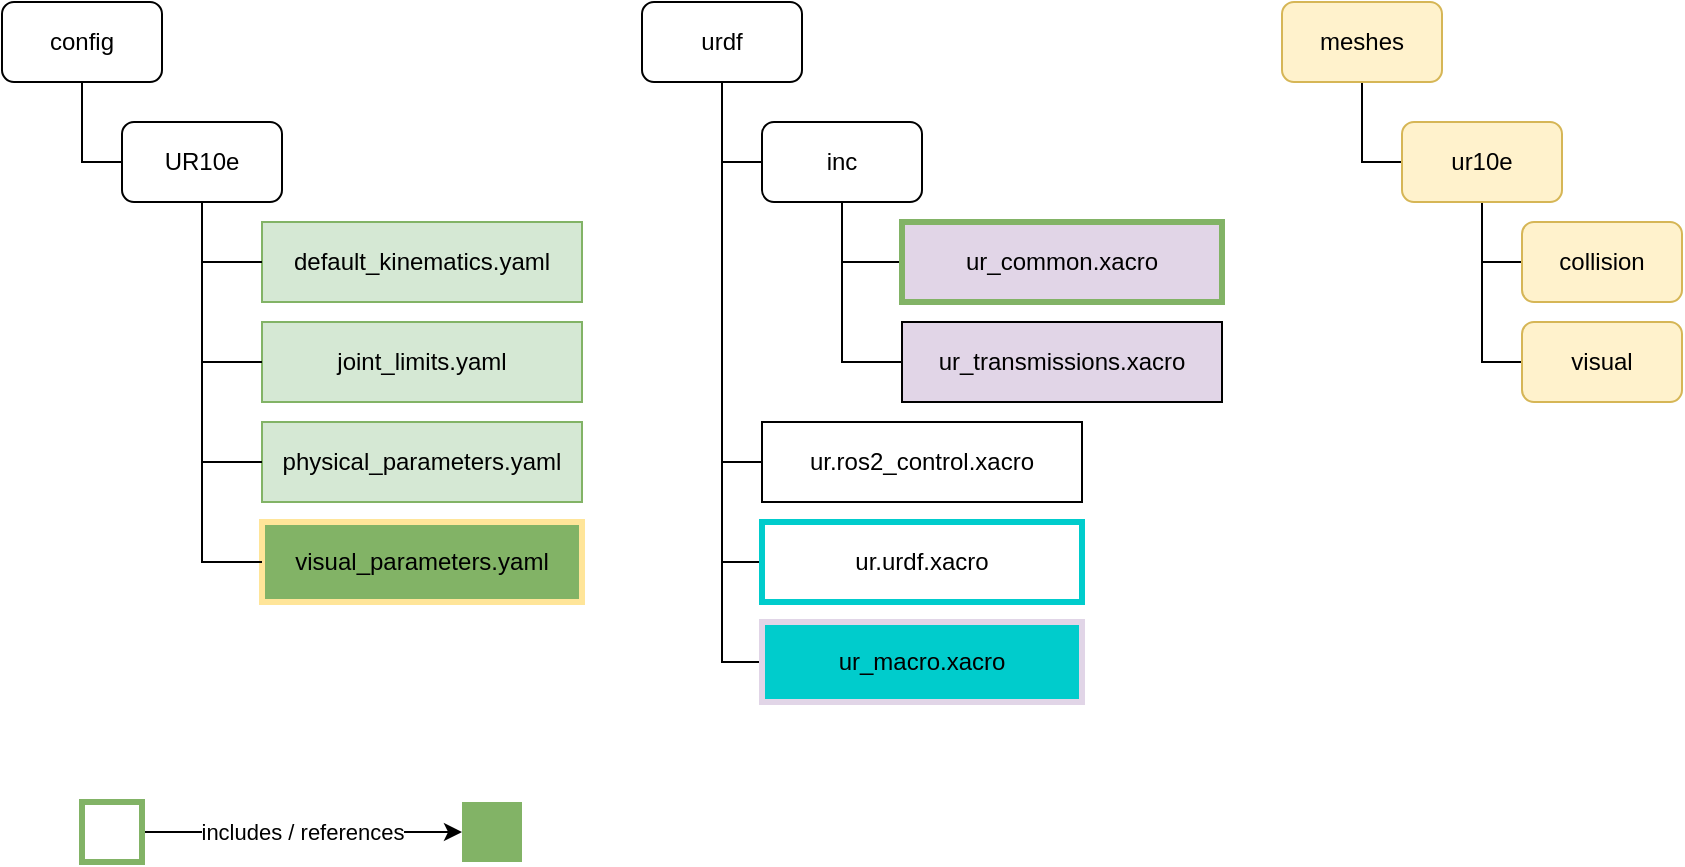
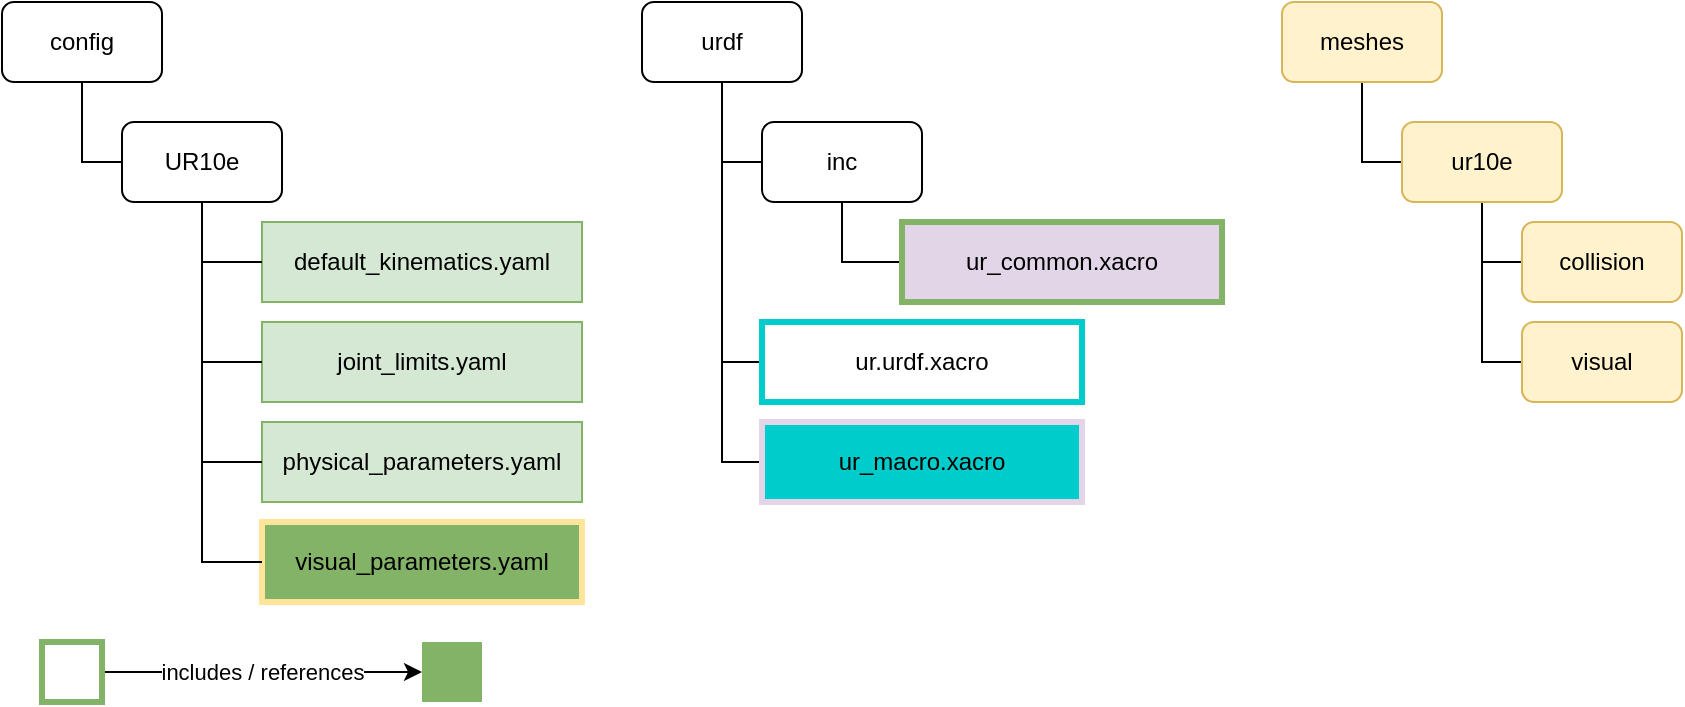
- <mxfile host="Electron" modified="2022-02-01T11:30:39.491Z" agent="5.0 (X11; Linux x86_64) AppleWebKit/537.36 (KHTML, like Gecko) draw.io/15.7.3 Chrome/91.0.4472.164 Electron/13.6.1 Safari/537.36" etag="_ghrzCg_53tXUr8uTnW9" version="15.7.3" type="device"><diagram id="pDn8dzBl-16yXPNHU6tY" name="Page-1"><mxGraphModel dx="760" dy="597" grid="1" gridSize="10" guides="1" tooltips="1" connect="1" arrows="1" fold="1" page="1" pageScale="1" pageWidth="850" pageHeight="1100" math="0" shadow="0"><root><mxCell id="0"/><mxCell id="1" parent="0"/><mxCell id="33WVNXEW1kgjeUYGu9OC-1" value="default_kinematics.yaml" style="rounded=0;whiteSpace=wrap;html=1;fillColor=#d5e8d4;strokeColor=#82b366;strokeWidth=1;" vertex="1" parent="1"><mxGeometry x="130" y="110" width="160" height="40" as="geometry"/></mxCell><mxCell id="33WVNXEW1kgjeUYGu9OC-2" value="joint_limits.yaml" style="rounded=0;whiteSpace=wrap;html=1;fillColor=#d5e8d4;strokeColor=#82b366;strokeWidth=1;" vertex="1" parent="1"><mxGeometry x="130" y="160" width="160" height="40" as="geometry"/></mxCell><mxCell id="33WVNXEW1kgjeUYGu9OC-3" value="physical_parameters.yaml" style="rounded=0;whiteSpace=wrap;html=1;fillColor=#d5e8d4;strokeColor=#82b366;strokeWidth=1;" vertex="1" parent="1"><mxGeometry x="130" y="210" width="160" height="40" as="geometry"/></mxCell><mxCell id="33WVNXEW1kgjeUYGu9OC-4" value="visual_parameters.yaml" style="rounded=0;whiteSpace=wrap;html=1;fillColor=#82B366;strokeColor=#FFE599;strokeWidth=3;" vertex="1" parent="1"><mxGeometry x="130" y="260" width="160" height="40" as="geometry"/></mxCell><mxCell id="33WVNXEW1kgjeUYGu9OC-13" style="edgeStyle=orthogonalEdgeStyle;rounded=0;orthogonalLoop=1;jettySize=auto;html=1;exitX=0.5;exitY=1;exitDx=0;exitDy=0;entryX=0;entryY=0.5;entryDx=0;entryDy=0;endArrow=none;endFill=0;" edge="1" parent="1" source="33WVNXEW1kgjeUYGu9OC-5" target="33WVNXEW1kgjeUYGu9OC-1"><mxGeometry relative="1" as="geometry"/></mxCell><mxCell id="33WVNXEW1kgjeUYGu9OC-15" style="edgeStyle=orthogonalEdgeStyle;rounded=0;orthogonalLoop=1;jettySize=auto;html=1;exitX=0.5;exitY=1;exitDx=0;exitDy=0;entryX=0;entryY=0.5;entryDx=0;entryDy=0;endArrow=none;endFill=0;" edge="1" parent="1" source="33WVNXEW1kgjeUYGu9OC-5" target="33WVNXEW1kgjeUYGu9OC-2"><mxGeometry relative="1" as="geometry"/></mxCell><mxCell id="33WVNXEW1kgjeUYGu9OC-16" style="edgeStyle=orthogonalEdgeStyle;rounded=0;orthogonalLoop=1;jettySize=auto;html=1;exitX=0.5;exitY=1;exitDx=0;exitDy=0;entryX=0;entryY=0.5;entryDx=0;entryDy=0;endArrow=none;endFill=0;" edge="1" parent="1" source="33WVNXEW1kgjeUYGu9OC-5" target="33WVNXEW1kgjeUYGu9OC-3"><mxGeometry relative="1" as="geometry"/></mxCell><mxCell id="33WVNXEW1kgjeUYGu9OC-17" style="edgeStyle=orthogonalEdgeStyle;rounded=0;orthogonalLoop=1;jettySize=auto;html=1;exitX=0.5;exitY=1;exitDx=0;exitDy=0;entryX=0;entryY=0.5;entryDx=0;entryDy=0;endArrow=none;endFill=0;" edge="1" parent="1" source="33WVNXEW1kgjeUYGu9OC-5" target="33WVNXEW1kgjeUYGu9OC-4"><mxGeometry relative="1" as="geometry"/></mxCell><mxCell id="33WVNXEW1kgjeUYGu9OC-5" value="UR10e" style="rounded=1;whiteSpace=wrap;html=1;" vertex="1" parent="1"><mxGeometry x="60" y="60" width="80" height="40" as="geometry"/></mxCell><mxCell id="33WVNXEW1kgjeUYGu9OC-9" style="edgeStyle=orthogonalEdgeStyle;rounded=0;orthogonalLoop=1;jettySize=auto;html=1;exitX=0.5;exitY=1;exitDx=0;exitDy=0;entryX=0;entryY=0.5;entryDx=0;entryDy=0;endArrow=none;endFill=0;" edge="1" parent="1" source="33WVNXEW1kgjeUYGu9OC-6" target="33WVNXEW1kgjeUYGu9OC-5"><mxGeometry relative="1" as="geometry"/></mxCell><mxCell id="33WVNXEW1kgjeUYGu9OC-6" value="config" style="rounded=1;whiteSpace=wrap;html=1;" vertex="1" parent="1"><mxGeometry width="80" height="40" as="geometry"/></mxCell><mxCell id="33WVNXEW1kgjeUYGu9OC-21" style="edgeStyle=orthogonalEdgeStyle;rounded=0;orthogonalLoop=1;jettySize=auto;html=1;exitX=0.5;exitY=1;exitDx=0;exitDy=0;entryX=0;entryY=0.5;entryDx=0;entryDy=0;endArrow=none;endFill=0;" edge="1" parent="1" source="33WVNXEW1kgjeUYGu9OC-19" target="33WVNXEW1kgjeUYGu9OC-20"><mxGeometry relative="1" as="geometry"/></mxCell><mxCell id="33WVNXEW1kgjeUYGu9OC-29" style="edgeStyle=orthogonalEdgeStyle;rounded=0;orthogonalLoop=1;jettySize=auto;html=1;exitX=0.5;exitY=1;exitDx=0;exitDy=0;entryX=0;entryY=0.5;entryDx=0;entryDy=0;endArrow=none;endFill=0;" edge="1" parent="1" source="33WVNXEW1kgjeUYGu9OC-19" target="33WVNXEW1kgjeUYGu9OC-26"><mxGeometry relative="1" as="geometry"/></mxCell><mxCell id="33WVNXEW1kgjeUYGu9OC-30" style="edgeStyle=orthogonalEdgeStyle;rounded=0;orthogonalLoop=1;jettySize=auto;html=1;exitX=0.5;exitY=1;exitDx=0;exitDy=0;entryX=0;entryY=0.5;entryDx=0;entryDy=0;endArrow=none;endFill=0;" edge="1" parent="1" source="33WVNXEW1kgjeUYGu9OC-19" target="33WVNXEW1kgjeUYGu9OC-27"><mxGeometry relative="1" as="geometry"/></mxCell><mxCell id="33WVNXEW1kgjeUYGu9OC-31" style="edgeStyle=orthogonalEdgeStyle;rounded=0;orthogonalLoop=1;jettySize=auto;html=1;exitX=0.5;exitY=1;exitDx=0;exitDy=0;entryX=0;entryY=0.5;entryDx=0;entryDy=0;endArrow=none;endFill=0;" edge="1" parent="1" source="33WVNXEW1kgjeUYGu9OC-19" target="33WVNXEW1kgjeUYGu9OC-28"><mxGeometry relative="1" as="geometry"/></mxCell><mxCell id="33WVNXEW1kgjeUYGu9OC-19" value="urdf" style="rounded=1;whiteSpace=wrap;html=1;" vertex="1" parent="1"><mxGeometry x="320" width="80" height="40" as="geometry"/></mxCell><mxCell id="33WVNXEW1kgjeUYGu9OC-23" style="edgeStyle=orthogonalEdgeStyle;rounded=0;orthogonalLoop=1;jettySize=auto;html=1;exitX=0.5;exitY=1;exitDx=0;exitDy=0;entryX=0;entryY=0.5;entryDx=0;entryDy=0;endArrow=none;endFill=0;" edge="1" parent="1" source="33WVNXEW1kgjeUYGu9OC-20" target="33WVNXEW1kgjeUYGu9OC-22"><mxGeometry relative="1" as="geometry"/></mxCell><mxCell id="33WVNXEW1kgjeUYGu9OC-25" style="edgeStyle=orthogonalEdgeStyle;rounded=0;orthogonalLoop=1;jettySize=auto;html=1;exitX=0.5;exitY=1;exitDx=0;exitDy=0;entryX=0;entryY=0.5;entryDx=0;entryDy=0;endArrow=none;endFill=0;" edge="1" parent="1" source="33WVNXEW1kgjeUYGu9OC-20" target="33WVNXEW1kgjeUYGu9OC-24"><mxGeometry relative="1" as="geometry"/></mxCell><mxCell id="33WVNXEW1kgjeUYGu9OC-20" value="inc" style="rounded=1;whiteSpace=wrap;html=1;" vertex="1" parent="1"><mxGeometry x="380" y="60" width="80" height="40" as="geometry"/></mxCell><mxCell id="33WVNXEW1kgjeUYGu9OC-22" value="ur_common.xacro" style="rounded=0;whiteSpace=wrap;html=1;fillColor=#e1d5e7;strokeColor=#82B366;strokeWidth=3;" vertex="1" parent="1"><mxGeometry x="450" y="110" width="160" height="40" as="geometry"/></mxCell><mxCell id="33WVNXEW1kgjeUYGu9OC-24" value="ur_transmissions.xacro" style="rounded=0;whiteSpace=wrap;html=1;fillColor=#E1D5E7;" vertex="1" parent="1"><mxGeometry x="450" y="160" width="160" height="40" as="geometry"/></mxCell><mxCell id="33WVNXEW1kgjeUYGu9OC-26" value="ur.ros2_control.xacro" style="rounded=0;whiteSpace=wrap;html=1;" vertex="1" parent="1"><mxGeometry x="380" y="210" width="160" height="40" as="geometry"/></mxCell><mxCell id="33WVNXEW1kgjeUYGu9OC-27" value="ur.urdf.xacro" style="rounded=0;whiteSpace=wrap;html=1;fillColor=none;strokeColor=#00CCCC;strokeWidth=3;" vertex="1" parent="1"><mxGeometry x="380" y="260" width="160" height="40" as="geometry"/></mxCell><mxCell id="33WVNXEW1kgjeUYGu9OC-28" value="ur_macro.xacro" style="rounded=0;whiteSpace=wrap;html=1;fillColor=#00CCCC;strokeColor=#E1D5E7;strokeWidth=3;" vertex="1" parent="1"><mxGeometry x="380" y="310" width="160" height="40" as="geometry"/></mxCell><mxCell id="33WVNXEW1kgjeUYGu9OC-37" style="edgeStyle=orthogonalEdgeStyle;rounded=0;orthogonalLoop=1;jettySize=auto;html=1;exitX=0.5;exitY=1;exitDx=0;exitDy=0;entryX=0;entryY=0.5;entryDx=0;entryDy=0;endArrow=none;endFill=0;" edge="1" parent="1" source="33WVNXEW1kgjeUYGu9OC-32" target="33WVNXEW1kgjeUYGu9OC-33"><mxGeometry relative="1" as="geometry"/></mxCell><mxCell id="33WVNXEW1kgjeUYGu9OC-32" value="meshes" style="rounded=1;whiteSpace=wrap;html=1;fillColor=#fff2cc;strokeColor=#d6b656;" vertex="1" parent="1"><mxGeometry x="640" width="80" height="40" as="geometry"/></mxCell><mxCell id="33WVNXEW1kgjeUYGu9OC-40" style="edgeStyle=orthogonalEdgeStyle;rounded=0;orthogonalLoop=1;jettySize=auto;html=1;exitX=0.5;exitY=1;exitDx=0;exitDy=0;entryX=0;entryY=0.5;entryDx=0;entryDy=0;endArrow=none;endFill=0;" edge="1" parent="1" source="33WVNXEW1kgjeUYGu9OC-33" target="33WVNXEW1kgjeUYGu9OC-35"><mxGeometry relative="1" as="geometry"/></mxCell><mxCell id="33WVNXEW1kgjeUYGu9OC-41" style="edgeStyle=orthogonalEdgeStyle;rounded=0;orthogonalLoop=1;jettySize=auto;html=1;exitX=0.5;exitY=1;exitDx=0;exitDy=0;entryX=0;entryY=0.5;entryDx=0;entryDy=0;endArrow=none;endFill=0;" edge="1" parent="1" source="33WVNXEW1kgjeUYGu9OC-33" target="33WVNXEW1kgjeUYGu9OC-34"><mxGeometry relative="1" as="geometry"><Array as="points"><mxPoint x="740" y="130"/></Array></mxGeometry></mxCell><mxCell id="33WVNXEW1kgjeUYGu9OC-33" value="ur10e" style="rounded=1;whiteSpace=wrap;html=1;fillColor=#fff2cc;strokeColor=#d6b656;" vertex="1" parent="1"><mxGeometry x="700" y="60" width="80" height="40" as="geometry"/></mxCell><mxCell id="33WVNXEW1kgjeUYGu9OC-34" value="collision" style="rounded=1;whiteSpace=wrap;html=1;fillColor=#fff2cc;strokeColor=#d6b656;" vertex="1" parent="1"><mxGeometry x="760" y="110" width="80" height="40" as="geometry"/></mxCell><mxCell id="33WVNXEW1kgjeUYGu9OC-35" value="visual" style="rounded=1;whiteSpace=wrap;html=1;fillColor=#fff2cc;strokeColor=#d6b656;" vertex="1" parent="1"><mxGeometry x="760" y="160" width="80" height="40" as="geometry"/></mxCell><mxCell id="33WVNXEW1kgjeUYGu9OC-46" value="includes / references" style="edgeStyle=orthogonalEdgeStyle;rounded=0;orthogonalLoop=1;jettySize=auto;html=1;exitX=1;exitY=0.5;exitDx=0;exitDy=0;entryX=0;entryY=0.5;entryDx=0;entryDy=0;endArrow=classic;endFill=1;" edge="1" parent="1" source="33WVNXEW1kgjeUYGu9OC-44" target="33WVNXEW1kgjeUYGu9OC-45"><mxGeometry relative="1" as="geometry"/></mxCell><mxCell id="33WVNXEW1kgjeUYGu9OC-44" value="" style="rounded=0;whiteSpace=wrap;html=1;strokeColor=#82B366;strokeWidth=3;fillColor=none;" vertex="1" parent="1"><mxGeometry x="40" y="400" width="30" height="30" as="geometry"/></mxCell><mxCell id="33WVNXEW1kgjeUYGu9OC-45" value="" style="rounded=0;whiteSpace=wrap;html=1;strokeColor=none;strokeWidth=3;fillColor=#82B366;" vertex="1" parent="1"><mxGeometry x="230" y="400" width="30" height="30" as="geometry"/></mxCell></root></mxGraphModel></diagram></mxfile>
+ <mxfile host="Electron" modified="2024-05-07T08:02:08.886Z" agent="Mozilla/5.0 (X11; Linux x86_64) AppleWebKit/537.36 (KHTML, like Gecko) draw.io/24.2.5 Chrome/120.0.6099.109 Electron/28.1.0 Safari/537.36" etag="nxehV0GyylGDc7L4ktMG" version="24.2.5" type="device">
+   <diagram id="pDn8dzBl-16yXPNHU6tY" name="Page-1">
+     <mxGraphModel dx="2074" dy="1239" grid="1" gridSize="10" guides="1" tooltips="1" connect="1" arrows="1" fold="1" page="1" pageScale="1" pageWidth="850" pageHeight="1100" math="0" shadow="0">
+       <root>
+         <mxCell id="0" />
+         <mxCell id="1" parent="0" />
+         <mxCell id="33WVNXEW1kgjeUYGu9OC-1" value="default_kinematics.yaml" style="rounded=0;whiteSpace=wrap;html=1;fillColor=#d5e8d4;strokeColor=#82b366;strokeWidth=1;" parent="1" vertex="1">
+           <mxGeometry x="130" y="110" width="160" height="40" as="geometry" />
+         </mxCell>
+         <mxCell id="33WVNXEW1kgjeUYGu9OC-2" value="joint_limits.yaml" style="rounded=0;whiteSpace=wrap;html=1;fillColor=#d5e8d4;strokeColor=#82b366;strokeWidth=1;" parent="1" vertex="1">
+           <mxGeometry x="130" y="160" width="160" height="40" as="geometry" />
+         </mxCell>
+         <mxCell id="33WVNXEW1kgjeUYGu9OC-3" value="physical_parameters.yaml" style="rounded=0;whiteSpace=wrap;html=1;fillColor=#d5e8d4;strokeColor=#82b366;strokeWidth=1;" parent="1" vertex="1">
+           <mxGeometry x="130" y="210" width="160" height="40" as="geometry" />
+         </mxCell>
+         <mxCell id="33WVNXEW1kgjeUYGu9OC-4" value="visual_parameters.yaml" style="rounded=0;whiteSpace=wrap;html=1;fillColor=#82B366;strokeColor=#FFE599;strokeWidth=3;" parent="1" vertex="1">
+           <mxGeometry x="130" y="260" width="160" height="40" as="geometry" />
+         </mxCell>
+         <mxCell id="33WVNXEW1kgjeUYGu9OC-13" style="edgeStyle=orthogonalEdgeStyle;rounded=0;orthogonalLoop=1;jettySize=auto;html=1;exitX=0.5;exitY=1;exitDx=0;exitDy=0;entryX=0;entryY=0.5;entryDx=0;entryDy=0;endArrow=none;endFill=0;" parent="1" source="33WVNXEW1kgjeUYGu9OC-5" target="33WVNXEW1kgjeUYGu9OC-1" edge="1">
+           <mxGeometry relative="1" as="geometry" />
+         </mxCell>
+         <mxCell id="33WVNXEW1kgjeUYGu9OC-15" style="edgeStyle=orthogonalEdgeStyle;rounded=0;orthogonalLoop=1;jettySize=auto;html=1;exitX=0.5;exitY=1;exitDx=0;exitDy=0;entryX=0;entryY=0.5;entryDx=0;entryDy=0;endArrow=none;endFill=0;" parent="1" source="33WVNXEW1kgjeUYGu9OC-5" target="33WVNXEW1kgjeUYGu9OC-2" edge="1">
+           <mxGeometry relative="1" as="geometry" />
+         </mxCell>
+         <mxCell id="33WVNXEW1kgjeUYGu9OC-16" style="edgeStyle=orthogonalEdgeStyle;rounded=0;orthogonalLoop=1;jettySize=auto;html=1;exitX=0.5;exitY=1;exitDx=0;exitDy=0;entryX=0;entryY=0.5;entryDx=0;entryDy=0;endArrow=none;endFill=0;" parent="1" source="33WVNXEW1kgjeUYGu9OC-5" target="33WVNXEW1kgjeUYGu9OC-3" edge="1">
+           <mxGeometry relative="1" as="geometry" />
+         </mxCell>
+         <mxCell id="33WVNXEW1kgjeUYGu9OC-17" style="edgeStyle=orthogonalEdgeStyle;rounded=0;orthogonalLoop=1;jettySize=auto;html=1;exitX=0.5;exitY=1;exitDx=0;exitDy=0;entryX=0;entryY=0.5;entryDx=0;entryDy=0;endArrow=none;endFill=0;" parent="1" source="33WVNXEW1kgjeUYGu9OC-5" target="33WVNXEW1kgjeUYGu9OC-4" edge="1">
+           <mxGeometry relative="1" as="geometry" />
+         </mxCell>
+         <mxCell id="33WVNXEW1kgjeUYGu9OC-5" value="UR10e" style="rounded=1;whiteSpace=wrap;html=1;" parent="1" vertex="1">
+           <mxGeometry x="60" y="60" width="80" height="40" as="geometry" />
+         </mxCell>
+         <mxCell id="33WVNXEW1kgjeUYGu9OC-9" style="edgeStyle=orthogonalEdgeStyle;rounded=0;orthogonalLoop=1;jettySize=auto;html=1;exitX=0.5;exitY=1;exitDx=0;exitDy=0;entryX=0;entryY=0.5;entryDx=0;entryDy=0;endArrow=none;endFill=0;" parent="1" source="33WVNXEW1kgjeUYGu9OC-6" target="33WVNXEW1kgjeUYGu9OC-5" edge="1">
+           <mxGeometry relative="1" as="geometry" />
+         </mxCell>
+         <mxCell id="33WVNXEW1kgjeUYGu9OC-6" value="config" style="rounded=1;whiteSpace=wrap;html=1;" parent="1" vertex="1">
+           <mxGeometry width="80" height="40" as="geometry" />
+         </mxCell>
+         <mxCell id="33WVNXEW1kgjeUYGu9OC-21" style="edgeStyle=orthogonalEdgeStyle;rounded=0;orthogonalLoop=1;jettySize=auto;html=1;exitX=0.5;exitY=1;exitDx=0;exitDy=0;entryX=0;entryY=0.5;entryDx=0;entryDy=0;endArrow=none;endFill=0;" parent="1" source="33WVNXEW1kgjeUYGu9OC-19" target="33WVNXEW1kgjeUYGu9OC-20" edge="1">
+           <mxGeometry relative="1" as="geometry" />
+         </mxCell>
+         <mxCell id="33WVNXEW1kgjeUYGu9OC-30" style="edgeStyle=orthogonalEdgeStyle;rounded=0;orthogonalLoop=1;jettySize=auto;html=1;exitX=0.5;exitY=1;exitDx=0;exitDy=0;entryX=0;entryY=0.5;entryDx=0;entryDy=0;endArrow=none;endFill=0;" parent="1" source="33WVNXEW1kgjeUYGu9OC-19" target="33WVNXEW1kgjeUYGu9OC-27" edge="1">
+           <mxGeometry relative="1" as="geometry" />
+         </mxCell>
+         <mxCell id="33WVNXEW1kgjeUYGu9OC-31" style="edgeStyle=orthogonalEdgeStyle;rounded=0;orthogonalLoop=1;jettySize=auto;html=1;exitX=0.5;exitY=1;exitDx=0;exitDy=0;entryX=0;entryY=0.5;entryDx=0;entryDy=0;endArrow=none;endFill=0;" parent="1" source="33WVNXEW1kgjeUYGu9OC-19" target="33WVNXEW1kgjeUYGu9OC-28" edge="1">
+           <mxGeometry relative="1" as="geometry" />
+         </mxCell>
+         <mxCell id="33WVNXEW1kgjeUYGu9OC-19" value="urdf" style="rounded=1;whiteSpace=wrap;html=1;" parent="1" vertex="1">
+           <mxGeometry x="320" width="80" height="40" as="geometry" />
+         </mxCell>
+         <mxCell id="33WVNXEW1kgjeUYGu9OC-23" style="edgeStyle=orthogonalEdgeStyle;rounded=0;orthogonalLoop=1;jettySize=auto;html=1;exitX=0.5;exitY=1;exitDx=0;exitDy=0;entryX=0;entryY=0.5;entryDx=0;entryDy=0;endArrow=none;endFill=0;" parent="1" source="33WVNXEW1kgjeUYGu9OC-20" target="33WVNXEW1kgjeUYGu9OC-22" edge="1">
+           <mxGeometry relative="1" as="geometry" />
+         </mxCell>
+         <mxCell id="33WVNXEW1kgjeUYGu9OC-20" value="inc" style="rounded=1;whiteSpace=wrap;html=1;" parent="1" vertex="1">
+           <mxGeometry x="380" y="60" width="80" height="40" as="geometry" />
+         </mxCell>
+         <mxCell id="33WVNXEW1kgjeUYGu9OC-22" value="ur_common.xacro" style="rounded=0;whiteSpace=wrap;html=1;fillColor=#e1d5e7;strokeColor=#82B366;strokeWidth=3;" parent="1" vertex="1">
+           <mxGeometry x="450" y="110" width="160" height="40" as="geometry" />
+         </mxCell>
+         <mxCell id="33WVNXEW1kgjeUYGu9OC-27" value="ur.urdf.xacro" style="rounded=0;whiteSpace=wrap;html=1;fillColor=none;strokeColor=#00CCCC;strokeWidth=3;" parent="1" vertex="1">
+           <mxGeometry x="380" y="160" width="160" height="40" as="geometry" />
+         </mxCell>
+         <mxCell id="33WVNXEW1kgjeUYGu9OC-28" value="ur_macro.xacro" style="rounded=0;whiteSpace=wrap;html=1;fillColor=#00CCCC;strokeColor=#E1D5E7;strokeWidth=3;" parent="1" vertex="1">
+           <mxGeometry x="380" y="210" width="160" height="40" as="geometry" />
+         </mxCell>
+         <mxCell id="33WVNXEW1kgjeUYGu9OC-37" style="edgeStyle=orthogonalEdgeStyle;rounded=0;orthogonalLoop=1;jettySize=auto;html=1;exitX=0.5;exitY=1;exitDx=0;exitDy=0;entryX=0;entryY=0.5;entryDx=0;entryDy=0;endArrow=none;endFill=0;" parent="1" source="33WVNXEW1kgjeUYGu9OC-32" target="33WVNXEW1kgjeUYGu9OC-33" edge="1">
+           <mxGeometry relative="1" as="geometry" />
+         </mxCell>
+         <mxCell id="33WVNXEW1kgjeUYGu9OC-32" value="meshes" style="rounded=1;whiteSpace=wrap;html=1;fillColor=#fff2cc;strokeColor=#d6b656;" parent="1" vertex="1">
+           <mxGeometry x="640" width="80" height="40" as="geometry" />
+         </mxCell>
+         <mxCell id="33WVNXEW1kgjeUYGu9OC-40" style="edgeStyle=orthogonalEdgeStyle;rounded=0;orthogonalLoop=1;jettySize=auto;html=1;exitX=0.5;exitY=1;exitDx=0;exitDy=0;entryX=0;entryY=0.5;entryDx=0;entryDy=0;endArrow=none;endFill=0;" parent="1" source="33WVNXEW1kgjeUYGu9OC-33" target="33WVNXEW1kgjeUYGu9OC-35" edge="1">
+           <mxGeometry relative="1" as="geometry" />
+         </mxCell>
+         <mxCell id="33WVNXEW1kgjeUYGu9OC-41" style="edgeStyle=orthogonalEdgeStyle;rounded=0;orthogonalLoop=1;jettySize=auto;html=1;exitX=0.5;exitY=1;exitDx=0;exitDy=0;entryX=0;entryY=0.5;entryDx=0;entryDy=0;endArrow=none;endFill=0;" parent="1" source="33WVNXEW1kgjeUYGu9OC-33" target="33WVNXEW1kgjeUYGu9OC-34" edge="1">
+           <mxGeometry relative="1" as="geometry">
+             <Array as="points">
+               <mxPoint x="740" y="130" />
+             </Array>
+           </mxGeometry>
+         </mxCell>
+         <mxCell id="33WVNXEW1kgjeUYGu9OC-33" value="ur10e" style="rounded=1;whiteSpace=wrap;html=1;fillColor=#fff2cc;strokeColor=#d6b656;" parent="1" vertex="1">
+           <mxGeometry x="700" y="60" width="80" height="40" as="geometry" />
+         </mxCell>
+         <mxCell id="33WVNXEW1kgjeUYGu9OC-34" value="collision" style="rounded=1;whiteSpace=wrap;html=1;fillColor=#fff2cc;strokeColor=#d6b656;" parent="1" vertex="1">
+           <mxGeometry x="760" y="110" width="80" height="40" as="geometry" />
+         </mxCell>
+         <mxCell id="33WVNXEW1kgjeUYGu9OC-35" value="visual" style="rounded=1;whiteSpace=wrap;html=1;fillColor=#fff2cc;strokeColor=#d6b656;" parent="1" vertex="1">
+           <mxGeometry x="760" y="160" width="80" height="40" as="geometry" />
+         </mxCell>
+         <mxCell id="33WVNXEW1kgjeUYGu9OC-46" value="includes / references" style="edgeStyle=orthogonalEdgeStyle;rounded=0;orthogonalLoop=1;jettySize=auto;html=1;exitX=1;exitY=0.5;exitDx=0;exitDy=0;entryX=0;entryY=0.5;entryDx=0;entryDy=0;endArrow=classic;endFill=1;" parent="1" source="33WVNXEW1kgjeUYGu9OC-44" target="33WVNXEW1kgjeUYGu9OC-45" edge="1">
+           <mxGeometry relative="1" as="geometry" />
+         </mxCell>
+         <mxCell id="33WVNXEW1kgjeUYGu9OC-44" value="" style="rounded=0;whiteSpace=wrap;html=1;strokeColor=#82B366;strokeWidth=3;fillColor=none;" parent="1" vertex="1">
+           <mxGeometry x="20" y="320" width="30" height="30" as="geometry" />
+         </mxCell>
+         <mxCell id="33WVNXEW1kgjeUYGu9OC-45" value="" style="rounded=0;whiteSpace=wrap;html=1;strokeColor=none;strokeWidth=3;fillColor=#82B366;" parent="1" vertex="1">
+           <mxGeometry x="210" y="320" width="30" height="30" as="geometry" />
+         </mxCell>
+       </root>
+     </mxGraphModel>
+   </diagram>
+ </mxfile>
